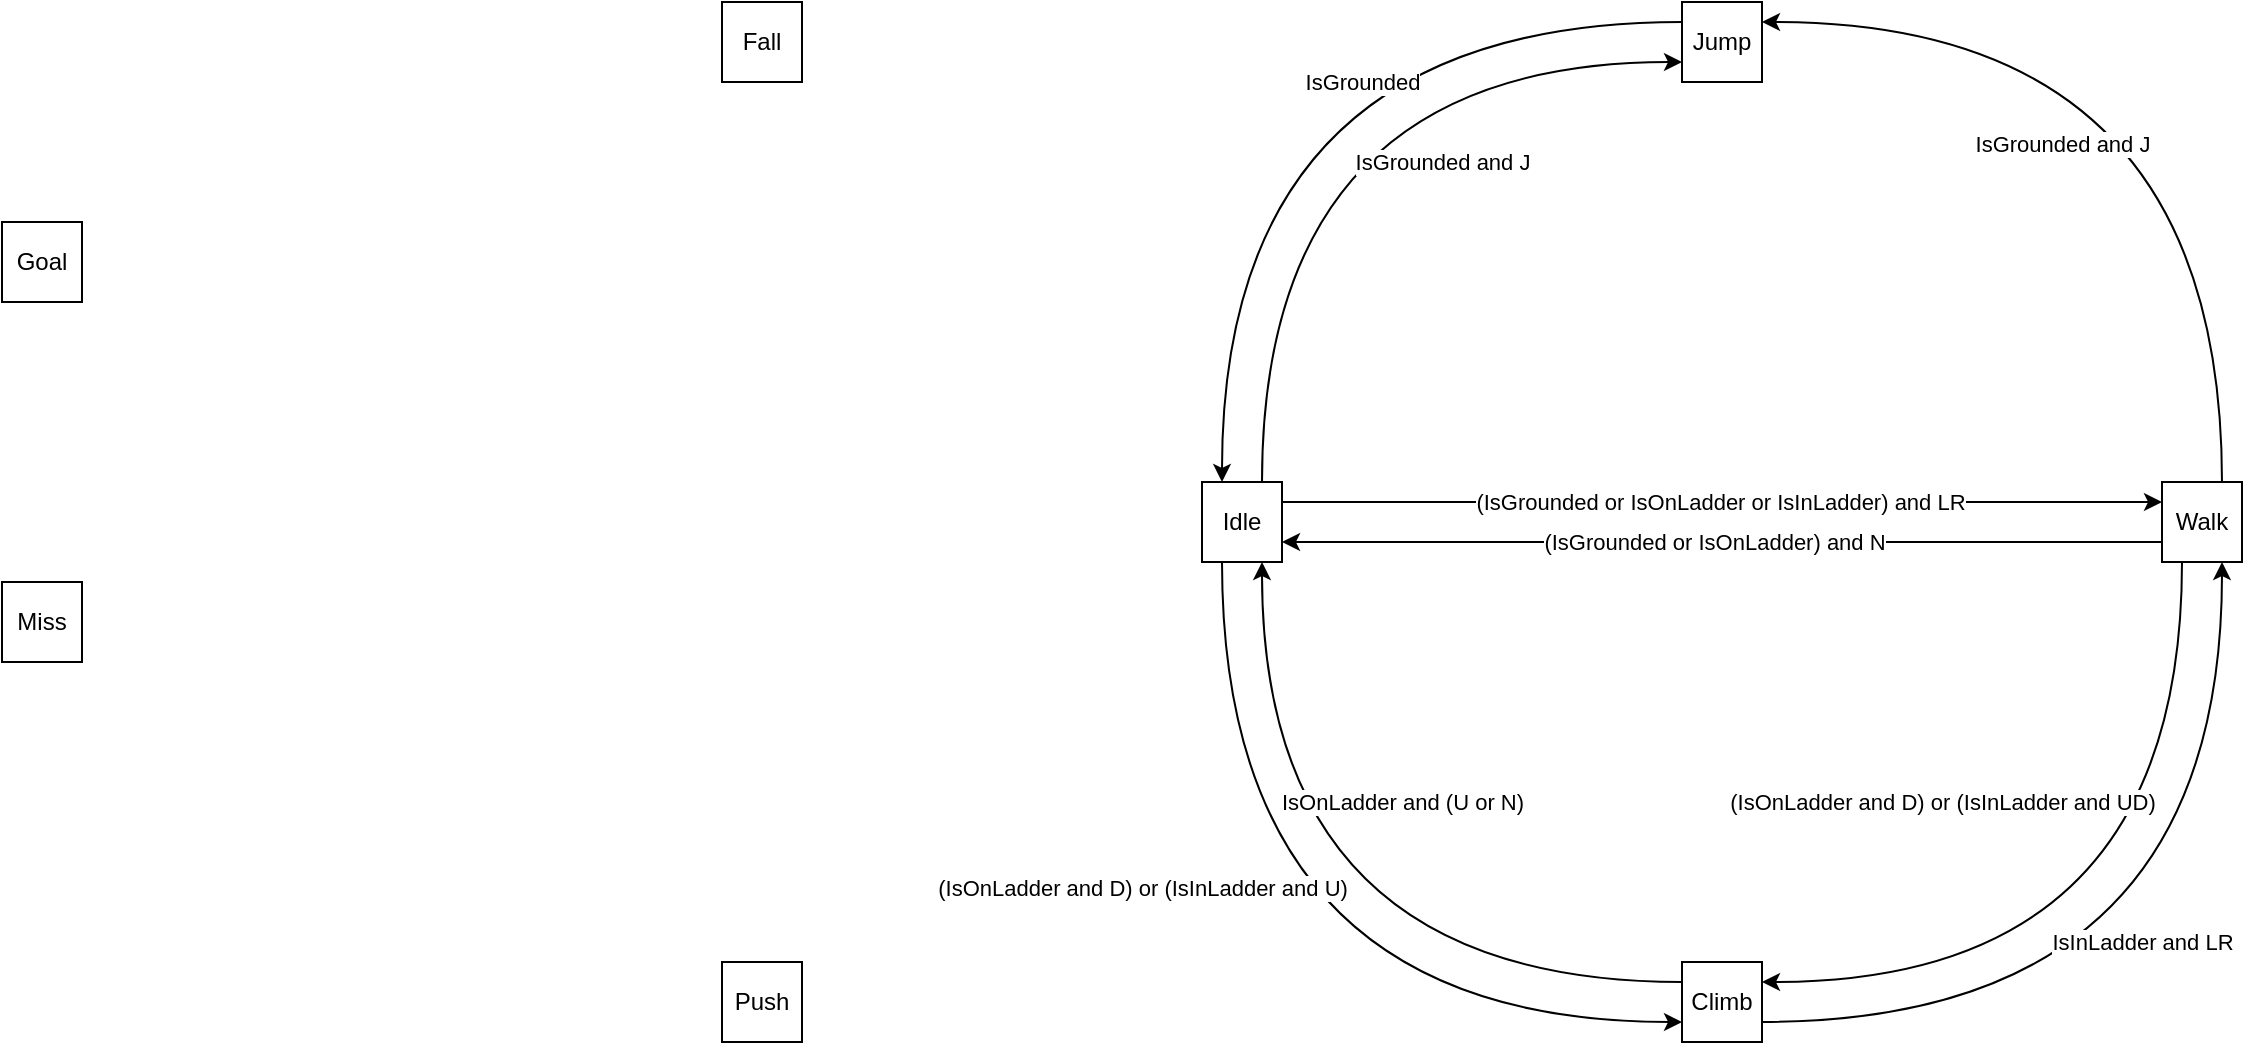
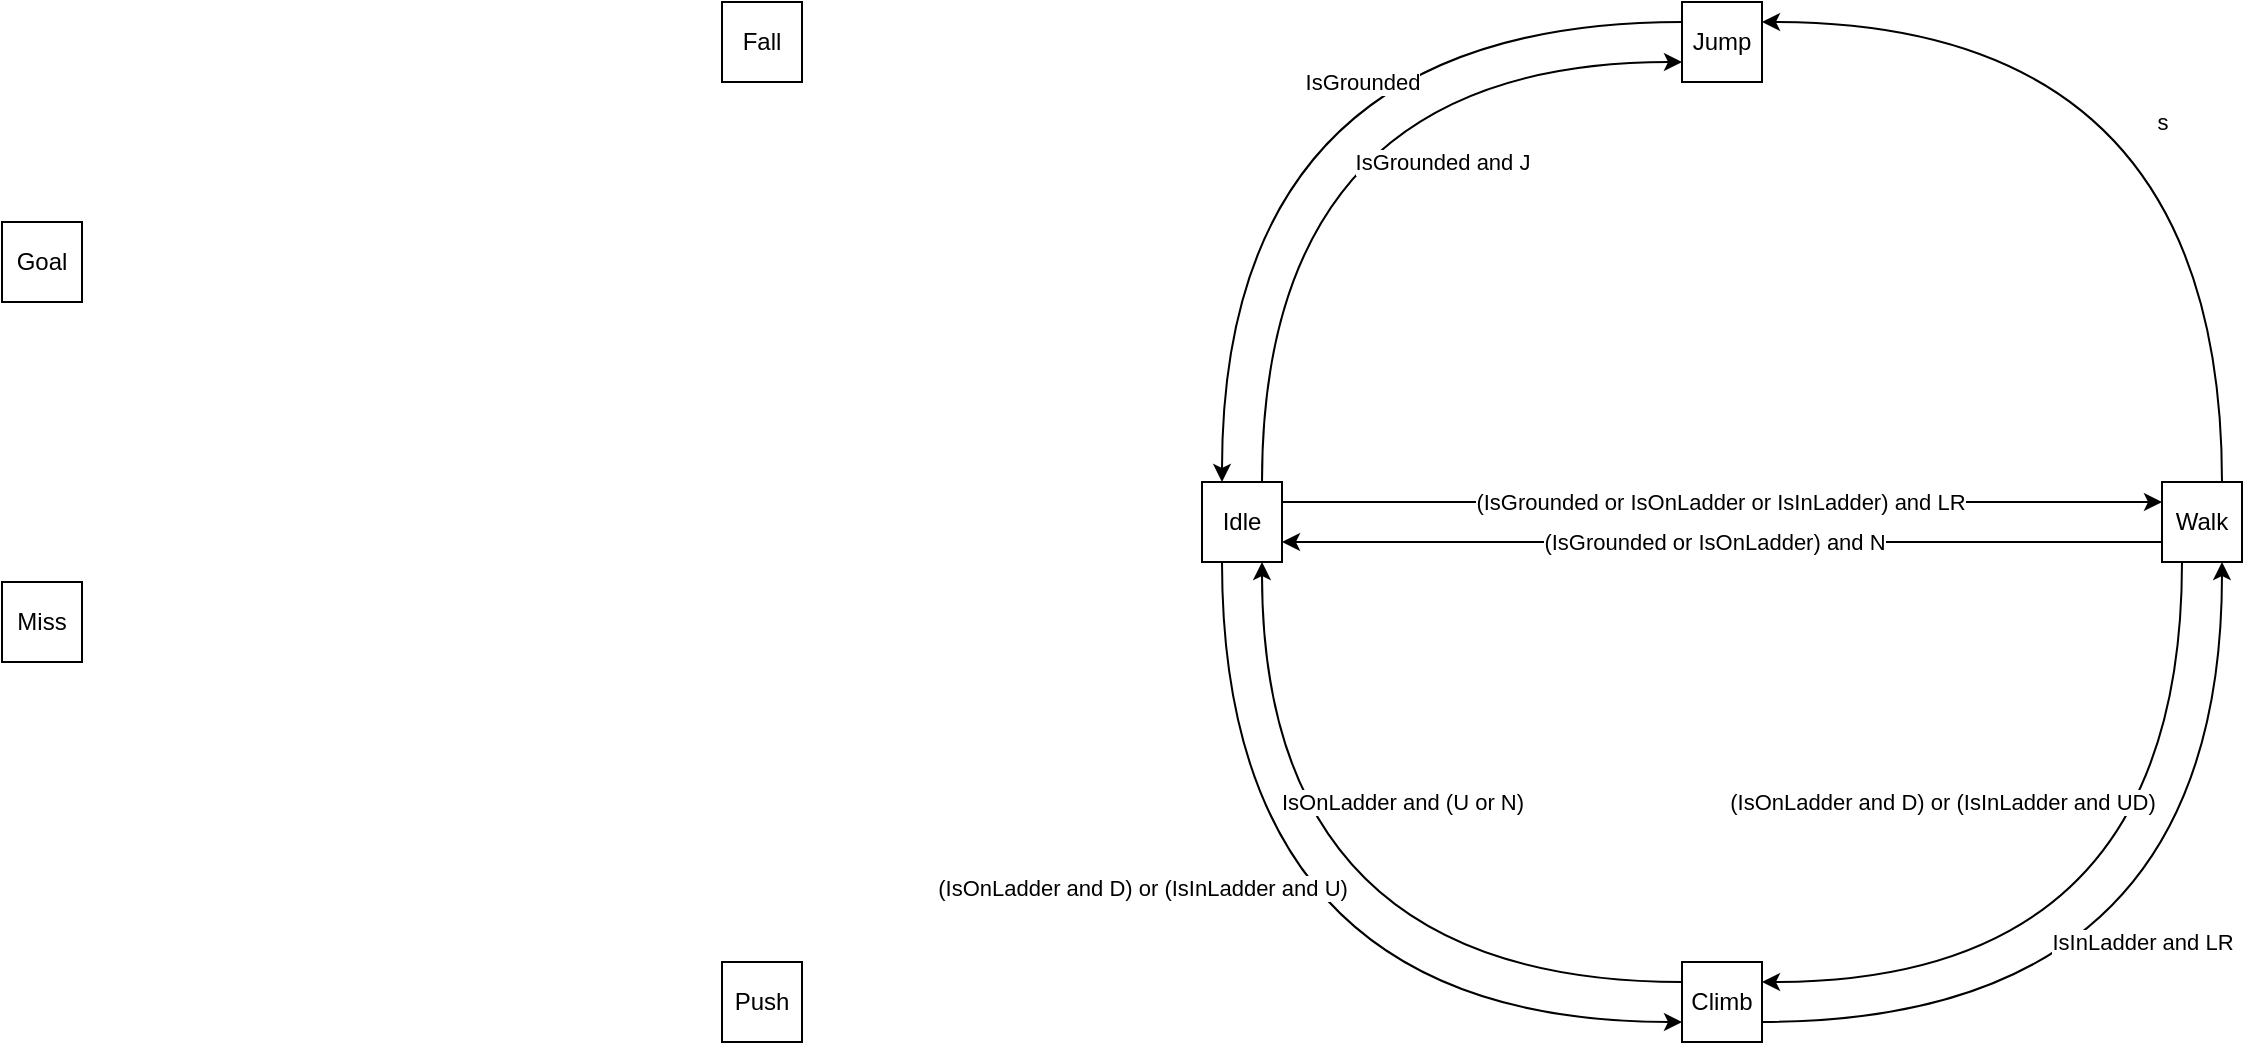
<mxfile host="app.diagrams.net">
  <diagram name="ページ-1" id="eCxLBlFjGUqf7Z6m2j1D">
    <mxGraphModel dx="2077" dy="230" grid="1" gridSize="10" guides="1" tooltips="1" connect="1" arrows="1" fold="1" page="0" pageScale="1" pageWidth="850" pageHeight="1100" math="0" shadow="0">
      <root>
        <mxCell id="0" />
        <mxCell id="1" parent="0" />
        <mxCell id="jKU9ux3vtCMjaz6sIP6h-1" parent="1" style="rounded=0;whiteSpace=wrap;html=1;" value="Idle" vertex="1">
          <mxGeometry height="40" width="40" x="320" y="920" as="geometry" />
        </mxCell>
        <mxCell id="jKU9ux3vtCMjaz6sIP6h-2" parent="1" style="rounded=0;whiteSpace=wrap;html=1;" value="Walk" vertex="1">
          <mxGeometry height="40" width="40" x="800" y="920" as="geometry" />
        </mxCell>
        <mxCell id="jKU9ux3vtCMjaz6sIP6h-3" edge="1" parent="1" source="jKU9ux3vtCMjaz6sIP6h-1" style="endArrow=classic;html=1;rounded=0;elbow=vertical;edgeStyle=orthogonalEdgeStyle;curved=1;" target="jKU9ux3vtCMjaz6sIP6h-2" value="">
          <mxGeometry relative="1" as="geometry">
            <Array as="points">
              <mxPoint x="570" y="930" />
              <mxPoint x="570" y="930" />
            </Array>
            <mxPoint x="460" y="1010" as="sourcePoint" />
            <mxPoint x="560" y="1010" as="targetPoint" />
          </mxGeometry>
        </mxCell>
        <mxCell id="jKU9ux3vtCMjaz6sIP6h-6" connectable="0" parent="jKU9ux3vtCMjaz6sIP6h-3" style="edgeLabel;html=1;align=center;verticalAlign=middle;resizable=0;points=[];" value="(IsGrounded or IsOnLadder or IsInLadder) and LR" vertex="1">
          <mxGeometry relative="1" x="-0.0281" y="-1" as="geometry">
            <mxPoint x="5" y="-1" as="offset" />
          </mxGeometry>
        </mxCell>
        <mxCell id="jKU9ux3vtCMjaz6sIP6h-7" edge="1" parent="1" source="jKU9ux3vtCMjaz6sIP6h-2" style="endArrow=classic;html=1;rounded=0;elbow=vertical;edgeStyle=orthogonalEdgeStyle;curved=1;" target="jKU9ux3vtCMjaz6sIP6h-1" value="">
          <mxGeometry relative="1" as="geometry">
            <Array as="points">
              <mxPoint x="570" y="950" />
              <mxPoint x="570" y="950" />
            </Array>
            <mxPoint x="740" y="1010" as="sourcePoint" />
            <mxPoint x="410" y="1010" as="targetPoint" />
          </mxGeometry>
        </mxCell>
        <mxCell id="jKU9ux3vtCMjaz6sIP6h-10" connectable="0" parent="jKU9ux3vtCMjaz6sIP6h-7" style="edgeLabel;html=1;align=center;verticalAlign=middle;resizable=0;points=[];" value="(IsGrounded or IsOnLadder) and N" vertex="1">
          <mxGeometry relative="1" x="-0.0281" y="-1" as="geometry">
            <mxPoint x="-10" y="1" as="offset" />
          </mxGeometry>
        </mxCell>
        <mxCell id="jKU9ux3vtCMjaz6sIP6h-11" parent="1" style="rounded=0;whiteSpace=wrap;html=1;" value="Climb" vertex="1">
          <mxGeometry height="40" width="40" x="560" y="1160" as="geometry" />
        </mxCell>
        <mxCell id="jKU9ux3vtCMjaz6sIP6h-12" edge="1" parent="1" source="jKU9ux3vtCMjaz6sIP6h-2" style="endArrow=classic;html=1;rounded=0;elbow=vertical;edgeStyle=orthogonalEdgeStyle;curved=1;" target="jKU9ux3vtCMjaz6sIP6h-11" value="">
          <mxGeometry relative="1" as="geometry">
            <Array as="points">
              <mxPoint x="810" y="1170" />
            </Array>
            <mxPoint x="1030" y="1050" as="sourcePoint" />
            <mxPoint x="710" y="1050" as="targetPoint" />
          </mxGeometry>
        </mxCell>
        <mxCell id="jKU9ux3vtCMjaz6sIP6h-15" connectable="0" parent="jKU9ux3vtCMjaz6sIP6h-12" style="edgeLabel;html=1;align=center;verticalAlign=middle;resizable=0;points=[];" value="(IsOnLadder and D) or (IsInLadder and UD)" vertex="1">
          <mxGeometry relative="1" x="-0.0281" y="-1" as="geometry">
            <mxPoint x="-119" y="-84" as="offset" />
          </mxGeometry>
        </mxCell>
        <mxCell id="jKU9ux3vtCMjaz6sIP6h-16" edge="1" parent="1" source="jKU9ux3vtCMjaz6sIP6h-11" style="endArrow=classic;html=1;rounded=0;elbow=vertical;edgeStyle=orthogonalEdgeStyle;curved=1;" target="jKU9ux3vtCMjaz6sIP6h-2" value="">
          <mxGeometry relative="1" as="geometry">
            <Array as="points">
              <mxPoint x="830" y="1190" />
            </Array>
            <mxPoint x="872" y="1050" as="sourcePoint" />
            <mxPoint x="720" y="1260" as="targetPoint" />
          </mxGeometry>
        </mxCell>
        <mxCell id="jKU9ux3vtCMjaz6sIP6h-17" connectable="0" parent="jKU9ux3vtCMjaz6sIP6h-16" style="edgeLabel;resizable=0;html=1;;align=center;verticalAlign=middle;" value="IsInLadder and LR" vertex="1">
          <mxGeometry relative="1" as="geometry">
            <mxPoint x="-40" y="-40" as="offset" />
          </mxGeometry>
        </mxCell>
        <mxCell id="jKU9ux3vtCMjaz6sIP6h-22" edge="1" parent="1" source="jKU9ux3vtCMjaz6sIP6h-11" style="endArrow=classic;html=1;rounded=0;elbow=vertical;edgeStyle=orthogonalEdgeStyle;curved=1;" target="jKU9ux3vtCMjaz6sIP6h-1" value="">
          <mxGeometry relative="1" as="geometry">
            <Array as="points">
              <mxPoint x="350" y="1170" />
            </Array>
            <mxPoint x="750" y="1120" as="sourcePoint" />
            <mxPoint x="680" y="1340" as="targetPoint" />
          </mxGeometry>
        </mxCell>
        <mxCell id="jKU9ux3vtCMjaz6sIP6h-23" connectable="0" parent="jKU9ux3vtCMjaz6sIP6h-22" style="edgeLabel;html=1;align=center;verticalAlign=middle;resizable=0;points=[];" value="IsOnLadder and (U or N)" vertex="1">
          <mxGeometry relative="1" x="-0.0281" y="-1" as="geometry">
            <mxPoint x="64" y="-89" as="offset" />
          </mxGeometry>
        </mxCell>
        <mxCell id="jKU9ux3vtCMjaz6sIP6h-25" edge="1" parent="1" source="jKU9ux3vtCMjaz6sIP6h-1" style="endArrow=classic;html=1;rounded=0;elbow=vertical;edgeStyle=orthogonalEdgeStyle;curved=1;" target="jKU9ux3vtCMjaz6sIP6h-11" value="">
          <mxGeometry relative="1" as="geometry">
            <Array as="points">
              <mxPoint x="330" y="1190" />
            </Array>
            <mxPoint x="695" y="1335" as="sourcePoint" />
            <mxPoint x="430" y="1100" as="targetPoint" />
          </mxGeometry>
        </mxCell>
        <mxCell id="jKU9ux3vtCMjaz6sIP6h-26" connectable="0" parent="jKU9ux3vtCMjaz6sIP6h-25" style="edgeLabel;html=1;align=center;verticalAlign=middle;resizable=0;points=[];" value="(IsOnLadder and D) or (IsInLadder and U)" vertex="1">
          <mxGeometry relative="1" x="-0.0281" y="-1" as="geometry">
            <mxPoint x="-39" y="-61" as="offset" />
          </mxGeometry>
        </mxCell>
        <mxCell id="jKU9ux3vtCMjaz6sIP6h-27" parent="1" style="rounded=0;whiteSpace=wrap;html=1;" value="Jump" vertex="1">
          <mxGeometry height="40" width="40" x="560" y="680" as="geometry" />
        </mxCell>
        <mxCell id="jKU9ux3vtCMjaz6sIP6h-28" parent="1" style="rounded=0;whiteSpace=wrap;html=1;" value="Fall" vertex="1">
          <mxGeometry height="40" width="40" x="80" y="680" as="geometry" />
        </mxCell>
        <mxCell id="jKU9ux3vtCMjaz6sIP6h-29" parent="1" style="rounded=0;whiteSpace=wrap;html=1;" value="Push" vertex="1">
          <mxGeometry height="40" width="40" x="80" y="1160" as="geometry" />
        </mxCell>
        <mxCell id="jKU9ux3vtCMjaz6sIP6h-32" parent="1" style="rounded=0;whiteSpace=wrap;html=1;" value="Goal" vertex="1">
          <mxGeometry height="40" width="40" x="-280" y="790" as="geometry" />
        </mxCell>
        <mxCell id="jKU9ux3vtCMjaz6sIP6h-33" parent="1" style="rounded=0;whiteSpace=wrap;html=1;" value="Miss" vertex="1">
          <mxGeometry height="40" width="40" x="-280" y="970" as="geometry" />
        </mxCell>
        <mxCell id="jKU9ux3vtCMjaz6sIP6h-35" edge="1" parent="1" source="jKU9ux3vtCMjaz6sIP6h-1" style="endArrow=classic;html=1;rounded=0;elbow=vertical;edgeStyle=orthogonalEdgeStyle;curved=1;" target="jKU9ux3vtCMjaz6sIP6h-27" value="">
          <mxGeometry relative="1" as="geometry">
            <Array as="points">
              <mxPoint x="350" y="710" />
            </Array>
            <mxPoint x="750" y="890" as="sourcePoint" />
            <mxPoint x="1070" y="890" as="targetPoint" />
          </mxGeometry>
        </mxCell>
        <mxCell id="jKU9ux3vtCMjaz6sIP6h-36" connectable="0" parent="jKU9ux3vtCMjaz6sIP6h-35" style="edgeLabel;html=1;align=center;verticalAlign=middle;resizable=0;points=[];" value="IsGrounded and J" vertex="1">
          <mxGeometry relative="1" x="-0.0281" y="-1" as="geometry">
            <mxPoint x="89" y="44" as="offset" />
          </mxGeometry>
        </mxCell>
        <mxCell id="jKU9ux3vtCMjaz6sIP6h-37" edge="1" parent="1" source="jKU9ux3vtCMjaz6sIP6h-2" style="endArrow=classic;html=1;rounded=0;elbow=vertical;edgeStyle=orthogonalEdgeStyle;curved=1;" target="jKU9ux3vtCMjaz6sIP6h-27" value="">
          <mxGeometry relative="1" as="geometry">
            <Array as="points">
              <mxPoint x="830" y="690" />
            </Array>
            <mxPoint x="550" y="975" as="sourcePoint" />
            <mxPoint x="710" y="750" as="targetPoint" />
          </mxGeometry>
        </mxCell>
-         <mxCell id="jKU9ux3vtCMjaz6sIP6h-38" connectable="0" parent="jKU9ux3vtCMjaz6sIP6h-37" style="edgeLabel;html=1;align=center;verticalAlign=middle;resizable=0;points=[];" value="IsGrounded and J" vertex="1">
+         <mxCell id="jKU9ux3vtCMjaz6sIP6h-38" connectable="0" parent="jKU9ux3vtCMjaz6sIP6h-37" style="edgeLabel;html=1;align=center;verticalAlign=middle;resizable=0;points=[];" value="s" vertex="1">
          <mxGeometry relative="1" x="-0.0281" y="-1" as="geometry">
-             <mxPoint x="-81" y="54" as="offset" />
+             <mxPoint x="-31" y="43" as="offset" />
          </mxGeometry>
        </mxCell>
        <mxCell id="jKU9ux3vtCMjaz6sIP6h-39" edge="1" parent="1" source="jKU9ux3vtCMjaz6sIP6h-27" style="endArrow=classic;html=1;rounded=0;elbow=vertical;edgeStyle=orthogonalEdgeStyle;curved=1;" target="jKU9ux3vtCMjaz6sIP6h-1" value="">
          <mxGeometry relative="1" as="geometry">
            <Array as="points">
              <mxPoint x="330" y="690" />
            </Array>
            <mxPoint x="500" y="1035" as="sourcePoint" />
            <mxPoint x="660" y="810" as="targetPoint" />
          </mxGeometry>
        </mxCell>
        <mxCell id="jKU9ux3vtCMjaz6sIP6h-40" connectable="0" parent="jKU9ux3vtCMjaz6sIP6h-39" style="edgeLabel;html=1;align=center;verticalAlign=middle;resizable=0;points=[];" value="IsGrounded" vertex="1">
          <mxGeometry relative="1" x="-0.0281" y="-1" as="geometry">
            <mxPoint x="63" y="31" as="offset" />
          </mxGeometry>
        </mxCell>
      </root>
    </mxGraphModel>
  </diagram>
</mxfile>
